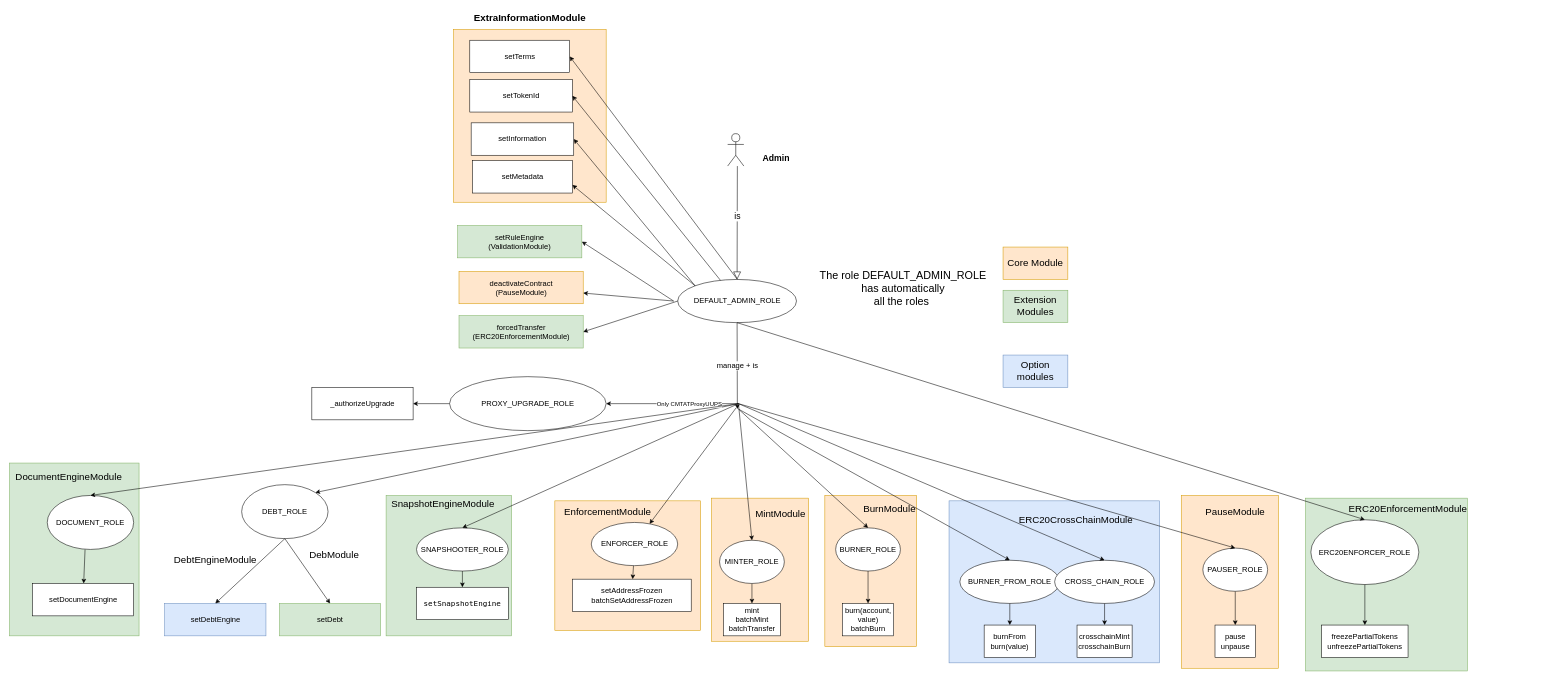
Before: page "RBAC" (1 of 3) of doc/schema/accessControl/RBAC-diagram.drawio in CMTA/CMTAT, a draw.io diagram. Source tidied: cells renumbered, new cells numbered last; positions are measured from the earlier drawing's top-left corner, leaving out a move shared by most shapes. Both pictures are drawn from the tidied source at 54%, with x=0, y=0 at pixel (9, 9).
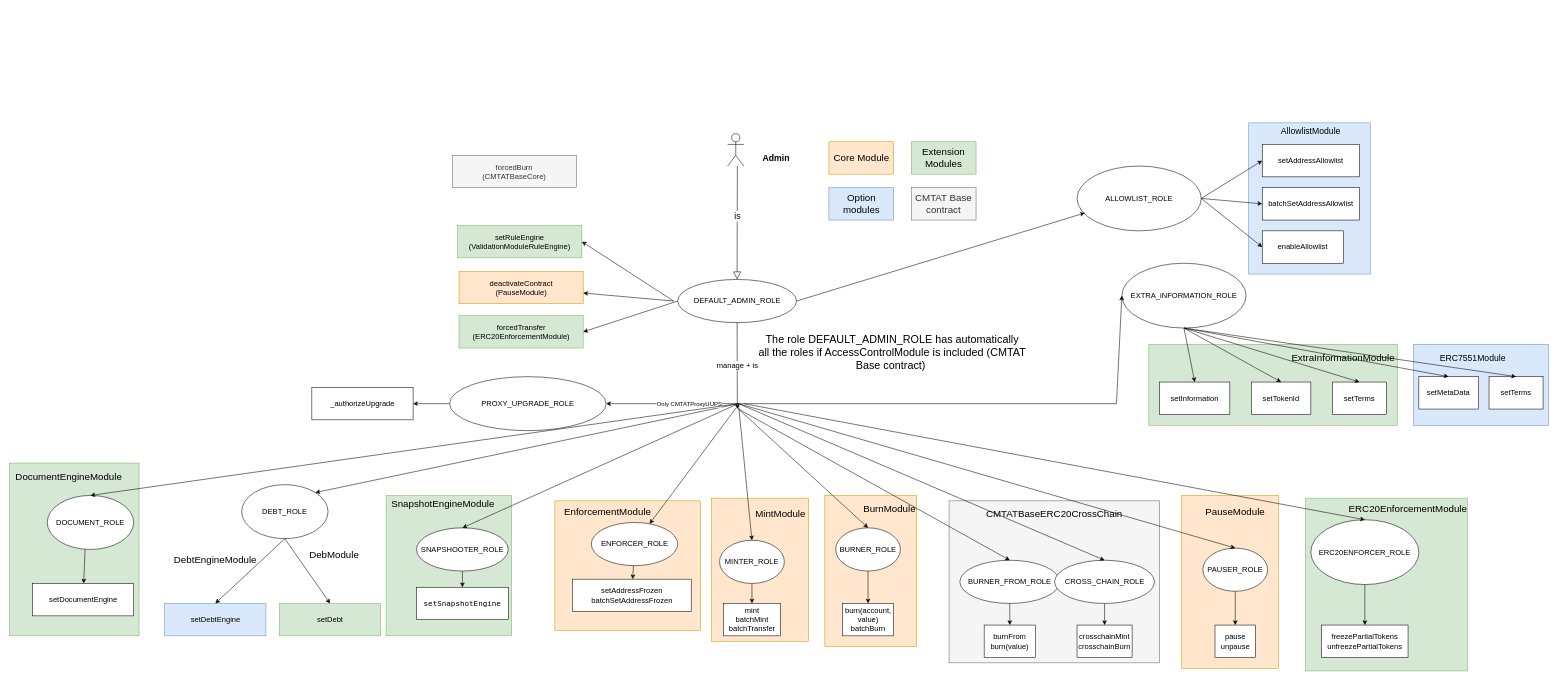
Above is the later version.

The change refers to these unchanged cells:
```xml
<mxCell id="18" value="&lt;span style=&quot;font-size: 14px;&quot;&gt;DEFAULT_ADMIN_ROLE&lt;/span&gt;" style="ellipse;whiteSpace=wrap;html=1;fontSize=14;fontColor=#000000;" parent="1" vertex="1">
  <mxGeometry x="1237.5" y="500" width="220" height="80" as="geometry" />
</mxCell>
<mxCell id="87" value="&lt;span style=&quot;font-size: 14px;&quot;&gt;ERC20ENFORCER_ROLE&lt;/span&gt;" style="ellipse;whiteSpace=wrap;html=1;fontSize=14;fontColor=#000000;" parent="1" vertex="1">
  <mxGeometry x="2410" y="945" width="200" height="120" as="geometry" />
</mxCell>
```

Diff of the diagram source:
```diff
@@
+    <mxCell id="92" style="rounded=0;whiteSpace=wrap;html=1;fontSize=14;fillColor=#dae8fc;strokeColor=#6c8ebf;" parent="1" vertex="1">
+      <mxGeometry x="2295" y="210" width="225" height="280" as="geometry" />
+    </mxCell>
@@
-    <mxCell id="3" style="rounded=0;whiteSpace=wrap;html=1;fontSize=14;fillColor=#dae8fc;strokeColor=#6c8ebf;" parent="1" vertex="1">
+    <mxCell id="3" style="rounded=0;whiteSpace=wrap;html=1;fontSize=14;fillColor=#f5f5f5;strokeColor=#666666;fontColor=#333333;" parent="1" vertex="1">
       <mxGeometry x="1740" y="910" width="390" height="300" as="geometry" />
     </mxCell>
@@
-    <mxCell id="9" style="rounded=0;whiteSpace=wrap;html=1;fontSize=14;fillColor=#ffe6cc;strokeColor=#d79b00;" parent="1" vertex="1">
-      <mxGeometry x="822.5" y="37" width="282.5" height="320" as="geometry" />
-    </mxCell>
@@
-    <mxCell id="22" value="setTokenId" style="rounded=0;whiteSpace=wrap;html=1;fontSize=14;fontColor=#000000;" parent="1" vertex="1">
-      <mxGeometry x="852.5" y="130" width="190" height="60" as="geometry" />
-    </mxCell>
-    <mxCell id="23" style="endArrow=classic;html=1;rounded=0;entryX=1;entryY=0.5;entryDx=0;entryDy=0;fontSize=14;fontColor=#000000;" parent="1" edge="1" source="18" target="22">
-      <mxGeometry relative="1" as="geometry" />
-    </mxCell>
-    <mxCell id="24" value="setTerms" style="rounded=0;whiteSpace=wrap;html=1;fontSize=14;fontColor=#000000;" parent="1" vertex="1">
-      <mxGeometry x="852.5" y="57" width="185" height="60" as="geometry" />
-    </mxCell>
-    <mxCell id="25" style="endArrow=classic;html=1;rounded=0;fontSize=14;fontColor=#000000;entryX=1;entryY=0.5;entryDx=0;entryDy=0;" parent="1" edge="1" target="24">
-      <mxGeometry relative="1" as="geometry">
-        <mxPoint x="1348" y="500" as="sourcePoint" />
-      </mxGeometry>
-    </mxCell>
@@
-    <mxCell id="28" style="endArrow=classic;html=1;rounded=0;fontSize=14;fontColor=#000000;entryX=1;entryY=0.5;entryDx=0;entryDy=0;exitX=0;exitY=0;exitDx=0;exitDy=0;" parent="1" edge="1" source="18" target="32">
-      <mxGeometry relative="1" as="geometry" />
-    </mxCell>
@@
-    <mxCell id="30" value="setMetadata" style="rounded=0;whiteSpace=wrap;html=1;fontSize=14;fontColor=#000000;" parent="1" vertex="1">
-      <mxGeometry x="857.5" y="280" width="185" height="60" as="geometry" />
-    </mxCell>
-    <mxCell id="31" style="endArrow=classic;html=1;rounded=0;entryX=1;entryY=0.75;entryDx=0;entryDy=0;fontSize=14;fontColor=#000000;exitX=0;exitY=0;exitDx=0;exitDy=0;" parent="1" edge="1" source="18" target="30">
-      <mxGeometry relative="1" as="geometry" />
-    </mxCell>
-    <mxCell id="32" value="setInformation" style="rounded=0;whiteSpace=wrap;html=1;fontSize=14;fontColor=#000000;" parent="1" vertex="1">
-      <mxGeometry x="855" y="210" width="190" height="60" as="geometry" />
-    </mxCell>
@@
-    <mxCell id="47" value="The role DEFAULT_ADMIN_ROLE has automatically&lt;br&gt;all the roles&amp;nbsp;" style="text;html=1;strokeColor=none;fillColor=none;align=center;verticalAlign=middle;whiteSpace=wrap;rounded=0;fontSize=20;" parent="1" vertex="1">
-      <mxGeometry x="1490" y="500" width="330" height="30" as="geometry" />
-    </mxCell>
@@
-    <mxCell id="67" value="ExtraInformationModule" style="text;html=1;strokeColor=none;fillColor=none;align=center;verticalAlign=middle;whiteSpace=wrap;rounded=0;fontSize=18;fontStyle=1;" parent="1" vertex="1">
-      <mxGeometry x="893.8" width="140" height="30" as="geometry" />
-    </mxCell>
@@
-    <mxCell id="73" value="ERC20CrossChainModule" style="text;html=1;strokeColor=none;fillColor=none;align=center;verticalAlign=middle;whiteSpace=wrap;rounded=0;fontSize=18;" parent="1" vertex="1">
-      <mxGeometry x="1945" y="930" width="60" height="30" as="geometry" />
+    <mxCell id="73" value="CMTATBaseERC20CrossChain" style="text;html=1;strokeColor=none;fillColor=none;align=center;verticalAlign=middle;whiteSpace=wrap;rounded=0;fontSize=18;" parent="1" vertex="1">
+      <mxGeometry x="1905" y="920" width="60" height="30" as="geometry" />
     </mxCell>
@@
     <mxCell id="82" value="Core Module" style="rounded=0;whiteSpace=wrap;html=1;strokeColor=#d79b00;fontSize=18;fillColor=#ffe6cc;" parent="1" vertex="1">
-      <mxGeometry x="1840" y="440" width="120" height="60" as="geometry" />
+      <mxGeometry x="1517.5" y="245" width="120" height="60" as="geometry" />
     </mxCell>
     <mxCell id="83" value="Extension Modules" style="rounded=0;whiteSpace=wrap;html=1;strokeColor=#82b366;fontSize=18;fillColor=#d5e8d4;" parent="1" vertex="1">
-      <mxGeometry x="1840" y="520" width="120" height="60" as="geometry" />
+      <mxGeometry x="1670" y="245" width="120" height="60" as="geometry" />
     </mxCell>
     <mxCell id="84" value="Option modules" style="rounded=0;whiteSpace=wrap;html=1;strokeColor=#6c8ebf;fontSize=18;fillColor=#dae8fc;" parent="1" vertex="1">
-      <mxGeometry x="1840" y="640" width="120" height="60" as="geometry" />
+      <mxGeometry x="1517.5" y="330" width="120" height="60" as="geometry" />
     </mxCell>
@@
-    <mxCell id="89" style="endArrow=classic;html=1;rounded=0;fontSize=18;exitX=0.5;exitY=1;exitDx=0;exitDy=0;entryX=0.5;entryY=0;entryDx=0;entryDy=0;" parent="1" edge="1" source="18" target="87">
-      <mxGeometry relative="1" as="geometry" />
+    <mxCell id="89" style="endArrow=classic;html=1;rounded=0;fontSize=18;entryX=0.5;entryY=0;entryDx=0;entryDy=0;" parent="1" edge="1" target="87">
+      <mxGeometry relative="1" as="geometry">
+        <mxPoint x="1360" y="730" as="sourcePoint" />
+      </mxGeometry>
     </mxCell>
@@
-    <mxCell id="91" value="setRuleEngine&lt;br&gt;(ValidationModule)" style="rounded=0;whiteSpace=wrap;html=1;fontSize=14;fillColor=#d5e8d4;strokeColor=#82b366;" parent="1" vertex="1">
+    <mxCell id="91" value="setRuleEngine&lt;br&gt;(ValidationModuleRuleEngine)" style="rounded=0;whiteSpace=wrap;html=1;fontSize=14;fillColor=#d5e8d4;strokeColor=#82b366;" parent="1" vertex="1">
       <mxGeometry x="830" y="400" width="230" height="60" as="geometry" />
     </mxCell>
+    <mxCell id="93" style="rounded=0;whiteSpace=wrap;html=1;fontSize=14;fillColor=#d5e8d4;strokeColor=#82b366;" parent="1" vertex="1">
+      <mxGeometry x="2110" y="620" width="460" height="150" as="geometry" />
+    </mxCell>
+    <mxCell id="94" value="&lt;span style=&quot;font-size: 14px;&quot;&gt;EXTRA_iNFORMATION_ROLE&lt;/span&gt;" style="ellipse;whiteSpace=wrap;html=1;fontSize=14;fontColor=#000000;" parent="1" vertex="1">
+      <mxGeometry x="2060" y="470" width="230" height="120" as="geometry" />
+    </mxCell>
+    <mxCell id="95" style="endArrow=classic;html=1;rounded=0;fontSize=18;exitX=0.5;exitY=1;exitDx=0;exitDy=0;entryX=0.5;entryY=0;entryDx=0;entryDy=0;" parent="1" edge="1" source="94" target="32">
+      <mxGeometry relative="1" as="geometry" />
+    </mxCell>
+    <mxCell id="67" value="ExtraInformationModule" style="text;html=1;strokeColor=none;fillColor=none;align=center;verticalAlign=middle;whiteSpace=wrap;rounded=0;fontSize=18;" parent="1" vertex="1">
+      <mxGeometry x="2440" y="630" width="60" height="30" as="geometry" />
+    </mxCell>
+    <mxCell id="32" value="setInformation" style="rounded=0;whiteSpace=wrap;html=1;fontSize=14;fontColor=#000000;" parent="1" vertex="1">
+      <mxGeometry x="2130" y="690" width="130" height="60" as="geometry" />
+    </mxCell>
+    <mxCell id="22" value="setTokenId" style="rounded=0;whiteSpace=wrap;html=1;fontSize=14;fontColor=#000000;" parent="1" vertex="1">
+      <mxGeometry x="2300" y="690" width="110" height="60" as="geometry" />
+    </mxCell>
+    <mxCell id="24" value="setTerms" style="rounded=0;whiteSpace=wrap;html=1;fontSize=14;fontColor=#000000;" parent="1" vertex="1">
+      <mxGeometry x="2450" y="690" width="100" height="60" as="geometry" />
+    </mxCell>
+    <mxCell id="96" style="endArrow=classic;html=1;rounded=0;fontSize=18;exitX=0.5;exitY=1;exitDx=0;exitDy=0;entryX=0.5;entryY=0;entryDx=0;entryDy=0;" parent="1" edge="1" source="94" target="22">
+      <mxGeometry relative="1" as="geometry" />
+    </mxCell>
+    <mxCell id="97" style="endArrow=classic;html=1;rounded=0;fontSize=18;exitX=0.5;exitY=1;exitDx=0;exitDy=0;entryX=0.5;entryY=0;entryDx=0;entryDy=0;" parent="1" edge="1" source="94" target="24">
+      <mxGeometry relative="1" as="geometry" />
+    </mxCell>
+    <mxCell id="98" style="endArrow=classic;html=1;rounded=0;entryX=0;entryY=0.5;entryDx=0;entryDy=0;" parent="1" edge="1" target="94">
+      <mxGeometry relative="1" as="geometry">
+        <mxPoint x="1350" y="730" as="sourcePoint" />
+        <Array as="points">
+          <mxPoint x="2050" y="730" />
+        </Array>
+      </mxGeometry>
+    </mxCell>
+    <mxCell id="99" value="CMTAT Base contract" style="rounded=0;whiteSpace=wrap;html=1;strokeColor=#666666;fontSize=18;fillColor=#f5f5f5;fontColor=#333333;" parent="1" vertex="1">
+      <mxGeometry x="1670" y="330" width="120" height="60" as="geometry" />
+    </mxCell>
+    <mxCell id="100" style="rounded=0;whiteSpace=wrap;html=1;fontSize=14;fillColor=#dae8fc;strokeColor=#6c8ebf;" parent="1" vertex="1">
+      <mxGeometry x="2600" y="620" width="250" height="150" as="geometry" />
+    </mxCell>
+    <mxCell id="101" value="setMetaData" style="rounded=0;whiteSpace=wrap;html=1;fontSize=14;fontColor=#000000;" parent="1" vertex="1">
+      <mxGeometry x="2610" y="680" width="110" height="60" as="geometry" />
+    </mxCell>
+    <mxCell id="102" value="setTerms" style="rounded=0;whiteSpace=wrap;html=1;fontSize=14;fontColor=#000000;" parent="1" vertex="1">
+      <mxGeometry x="2740" y="680" width="100" height="60" as="geometry" />
+    </mxCell>
+    <mxCell id="103" style="endArrow=classic;html=1;rounded=0;exitX=0.5;exitY=1;exitDx=0;exitDy=0;entryX=0.5;entryY=0;entryDx=0;entryDy=0;" parent="1" edge="1" source="94" target="101">
+      <mxGeometry relative="1" as="geometry" />
+    </mxCell>
+    <mxCell id="104" style="endArrow=classic;html=1;rounded=0;entryX=0.5;entryY=0;entryDx=0;entryDy=0;exitX=0.5;exitY=1;exitDx=0;exitDy=0;" parent="1" edge="1" source="94" target="102">
+      <mxGeometry relative="1" as="geometry" />
+    </mxCell>
+    <mxCell id="105" value="ERC7551Module" style="text;html=1;strokeColor=none;fillColor=none;align=center;verticalAlign=middle;whiteSpace=wrap;rounded=0;fontSize=16;" parent="1" vertex="1">
+      <mxGeometry x="2680" y="630" width="60" height="30" as="geometry" />
+    </mxCell>
+    <mxCell id="106" value="&lt;span style=&quot;font-size: 14px;&quot;&gt;ALLOWLIST_ROLE&lt;/span&gt;" style="ellipse;whiteSpace=wrap;html=1;fontSize=14;fontColor=#000000;" parent="1" vertex="1">
+      <mxGeometry x="1977" y="290" width="230" height="120" as="geometry" />
+    </mxCell>
+    <mxCell id="47" value="The role DEFAULT_ADMIN_ROLE has automatically&lt;br&gt;all the roles if AccessControlModule is included (CMTAT Base contract)&amp;nbsp;" style="text;html=1;strokeColor=none;fillColor=none;align=center;verticalAlign=middle;whiteSpace=wrap;rounded=0;fontSize=20;" parent="1" vertex="1">
+      <mxGeometry x="1370" y="620" width="530" height="30" as="geometry" />
+    </mxCell>
+    <mxCell id="107" style="endArrow=classic;html=1;rounded=0;fontSize=14;exitX=1;exitY=0.5;exitDx=0;exitDy=0;entryX=0.063;entryY=0.724;entryDx=0;entryDy=0;entryPerimeter=0;" parent="1" edge="1" source="18" target="106">
+      <mxGeometry relative="1" as="geometry" />
+    </mxCell>
+    <mxCell id="108" value="setAddressAllowlist" style="rounded=0;whiteSpace=wrap;html=1;fontSize=14;fontColor=#000000;" parent="1" vertex="1">
+      <mxGeometry x="2320" y="250" width="180" height="60" as="geometry" />
+    </mxCell>
+    <mxCell id="109" value="batchSetAddressAllowlist" style="rounded=0;whiteSpace=wrap;html=1;fontSize=14;fontColor=#000000;" parent="1" vertex="1">
+      <mxGeometry x="2320" y="330" width="180" height="60" as="geometry" />
+    </mxCell>
+    <mxCell id="110" value="enableAllowlist" style="rounded=0;whiteSpace=wrap;html=1;fontSize=14;fontColor=#000000;" parent="1" vertex="1">
+      <mxGeometry x="2320" y="410" width="150" height="60" as="geometry" />
+    </mxCell>
+    <mxCell id="111" value="AllowlistModule" style="text;html=1;strokeColor=none;fillColor=none;align=center;verticalAlign=middle;whiteSpace=wrap;rounded=0;fontSize=16;" parent="1" vertex="1">
+      <mxGeometry x="2380" y="210" width="60" height="30" as="geometry" />
+    </mxCell>
+    <mxCell id="112" style="endArrow=classic;html=1;rounded=0;fontSize=14;exitX=1;exitY=0.5;exitDx=0;exitDy=0;entryX=0;entryY=0.5;entryDx=0;entryDy=0;" parent="1" edge="1" source="106" target="108">
+      <mxGeometry relative="1" as="geometry" />
+    </mxCell>
+    <mxCell id="113" style="endArrow=classic;html=1;rounded=0;fontSize=14;exitX=1;exitY=0.5;exitDx=0;exitDy=0;entryX=0;entryY=0.5;entryDx=0;entryDy=0;" parent="1" edge="1" source="106" target="109">
+      <mxGeometry relative="1" as="geometry" />
+    </mxCell>
+    <mxCell id="114" style="endArrow=classic;html=1;rounded=0;fontSize=14;exitX=1;exitY=0.5;exitDx=0;exitDy=0;entryX=0;entryY=0.5;entryDx=0;entryDy=0;" parent="1" edge="1" source="106" target="110">
+      <mxGeometry relative="1" as="geometry" />
+    </mxCell>
+    <mxCell id="115" value="forcedBurn&lt;br&gt;(CMTATBaseCore)" style="rounded=0;whiteSpace=wrap;html=1;fontSize=14;fillColor=#f5f5f5;strokeColor=#666666;fontColor=#333333;" parent="1" vertex="1">
+      <mxGeometry x="820" y="270" width="230" height="60" as="geometry" />
+    </mxCell>
```
